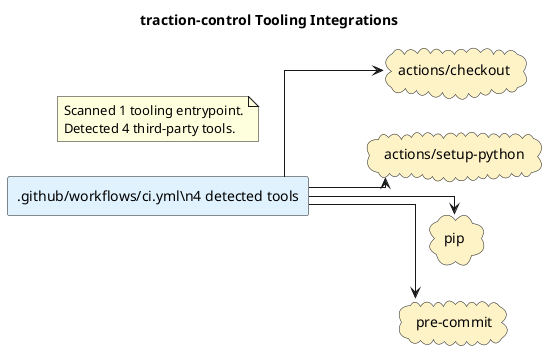
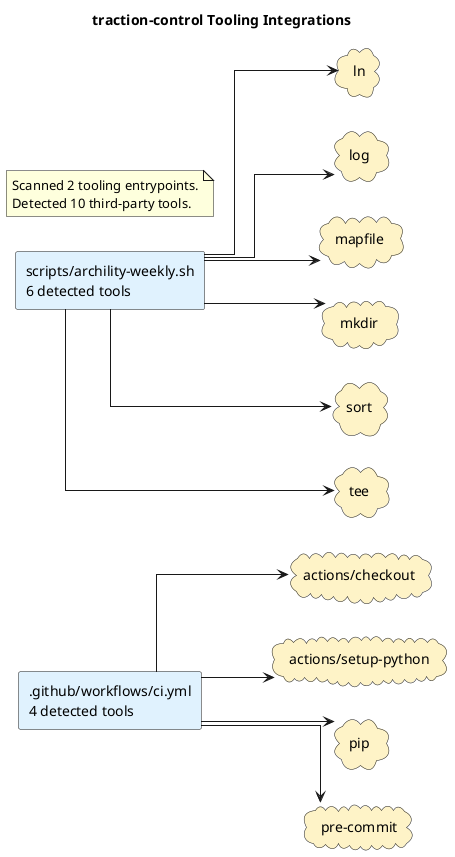
@startuml
title traction-control Tooling Integrations
left to right direction
skinparam shadowing false
skinparam defaultFontName Monospace
skinparam componentStyle rectangle
skinparam linetype ortho
- rectangle ".github/workflows/ci.yml\\n4 detected tools" as source_github_workflows_ci_yml #E0F2FE
+ rectangle ".github/workflows/ci.yml\n4 detected tools" as source_github_workflows_ci_yml #E0F2FE
+ rectangle "scripts/archility-weekly.sh\n6 detected tools" as source_scripts_archility_weekly_sh #E0F2FE
cloud "actions/checkout" as tool_actions_checkout #FEF3C7
cloud "actions/setup-python" as tool_actions_setup_python #FEF3C7
+ cloud "ln" as tool_ln #FEF3C7
+ cloud "log" as tool_log #FEF3C7
+ cloud "mapfile" as tool_mapfile #FEF3C7
+ cloud "mkdir" as tool_mkdir #FEF3C7
cloud "pip" as tool_pip #FEF3C7
cloud "pre-commit" as tool_pre_commit #FEF3C7
+ cloud "sort" as tool_sort #FEF3C7
+ cloud "tee" as tool_tee #FEF3C7
source_github_workflows_ci_yml --> tool_actions_checkout
source_github_workflows_ci_yml --> tool_actions_setup_python
source_github_workflows_ci_yml --> tool_pip
source_github_workflows_ci_yml --> tool_pre_commit
+ source_scripts_archility_weekly_sh --> tool_ln
+ source_scripts_archility_weekly_sh --> tool_log
+ source_scripts_archility_weekly_sh --> tool_mapfile
+ source_scripts_archility_weekly_sh --> tool_mkdir
+ source_scripts_archility_weekly_sh --> tool_sort
+ source_scripts_archility_weekly_sh --> tool_tee
note as toolingGraphSummary
- Scanned 1 tooling entrypoint.
- Detected 4 third-party tools.
+ Scanned 2 tooling entrypoints.
+ Detected 10 third-party tools.
end note
@enduml
